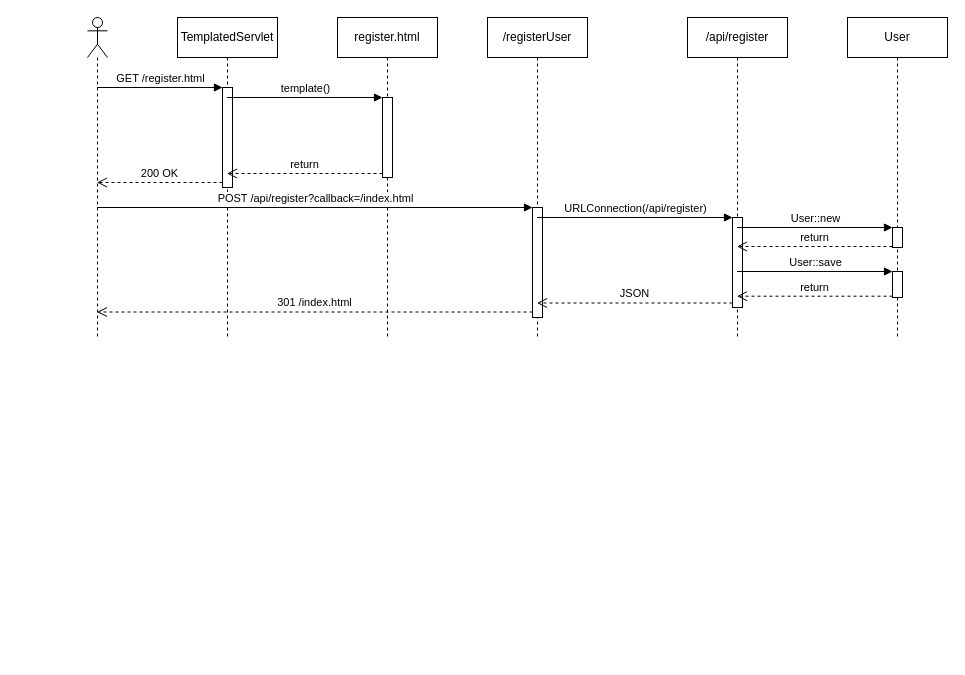
The draw.io diagram page "Register" (2 of 5) of doc/sequence.drawio in alexbradd/tiw2022-es4, before the edit. Source tidied: cells renumbered, new cells numbered last; positions are measured from the earlier drawing's top-left corner, leaving out a move shared by most shapes. Both pictures are drawn from the tidied source at 100%, with x=0, y=0 at pixel (87, 17).
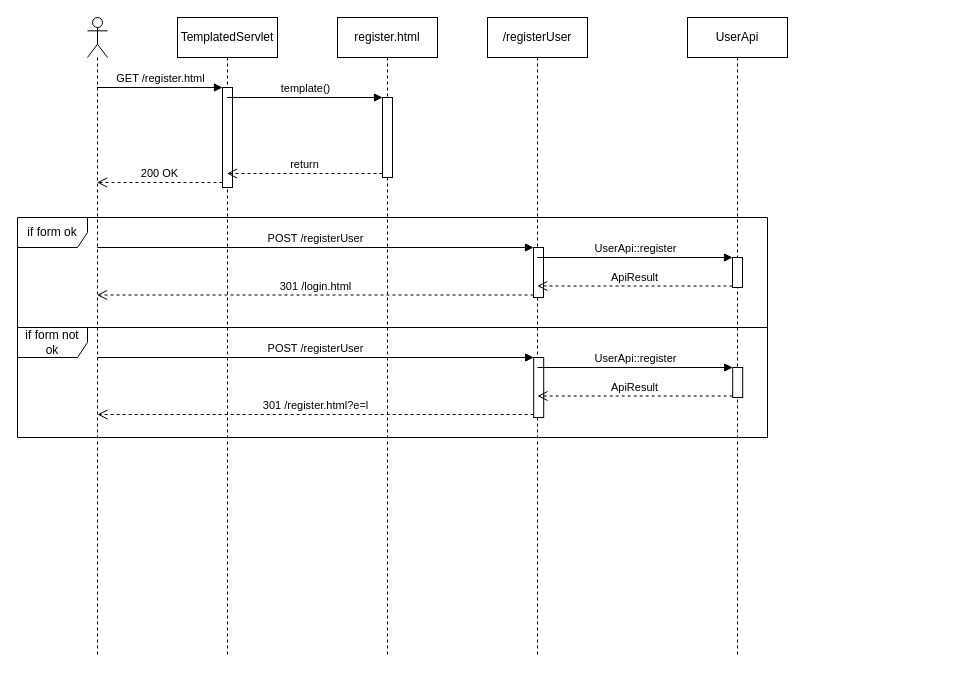
The same page after the edit.

Diff of the diagram source:
```diff
@@
+    <mxCell id="26" value="if form ok" style="shape=umlFrame;whiteSpace=wrap;html=1;width=70;height=30;" parent="1" vertex="1">
+      <mxGeometry x="-70" y="200" width="750" height="110" as="geometry" />
+    </mxCell>
+    <mxCell id="27" value="if form not ok" style="shape=umlFrame;whiteSpace=wrap;html=1;width=70;height=30;" parent="1" vertex="1">
+      <mxGeometry x="-70" y="310" width="750" height="110" as="geometry" />
+    </mxCell>
     <mxCell id="2" value="register.html" style="shape=umlLifeline;perimeter=lifelinePerimeter;whiteSpace=wrap;html=1;" parent="1" vertex="1">
-      <mxGeometry x="250" width="100" height="320" as="geometry" />
+      <mxGeometry x="250" width="100" height="640" as="geometry" />
     </mxCell>
@@
     <mxCell id="4" style="shape=umlLifeline;participant=umlActor;perimeter=lifelinePerimeter;whiteSpace=wrap;html=1;verticalAlign=top;spacingTop=36;outlineConnect=0;" parent="1" vertex="1">
-      <mxGeometry width="20" height="320" as="geometry" />
+      <mxGeometry width="20" height="640" as="geometry" />
     </mxCell>
     <mxCell id="5" value="TemplatedServlet" style="shape=umlLifeline;perimeter=lifelinePerimeter;whiteSpace=wrap;html=1;outlineConnect=0;" parent="1" vertex="1">
-      <mxGeometry x="90" width="100" height="320" as="geometry" />
+      <mxGeometry x="90" width="100" height="640" as="geometry" />
     </mxCell>
@@
-    <mxCell id="11" value="POST /api/register?callback=/index.html" style="html=1;verticalAlign=bottom;endArrow=block;rounded=0;" parent="1" edge="1" source="4" target="23">
-      <mxGeometry relative="1" as="geometry" />
-    </mxCell>
-    <mxCell id="12" value="/api/register" style="shape=umlLifeline;perimeter=lifelinePerimeter;whiteSpace=wrap;html=1;outlineConnect=0;" parent="1" vertex="1">
-      <mxGeometry x="600" width="100" height="320" as="geometry" />
+    <mxCell id="12" value="UserApi" style="shape=umlLifeline;perimeter=lifelinePerimeter;whiteSpace=wrap;html=1;outlineConnect=0;" parent="1" vertex="1">
+      <mxGeometry x="600" width="100" height="640" as="geometry" />
     </mxCell>
     <mxCell id="13" style="html=1;points=[];perimeter=orthogonalPerimeter;" parent="12" vertex="1">
-      <mxGeometry x="45" y="200" width="10" height="90" as="geometry" />
+      <mxGeometry x="45" y="240" width="10" height="30" as="geometry" />
     </mxCell>
-    <mxCell id="14" value="301 /index.html" style="html=1;verticalAlign=bottom;endArrow=open;dashed=1;endSize=8;exitX=0;exitY=0.95;rounded=0;" parent="1" edge="1" source="23" target="4">
-      <mxGeometry relative="1" as="geometry" />
-    </mxCell>
-    <mxCell id="15" value="User" style="shape=umlLifeline;perimeter=lifelinePerimeter;whiteSpace=wrap;html=1;" parent="1" vertex="1">
-      <mxGeometry x="760" width="100" height="320" as="geometry" />
-    </mxCell>
-    <mxCell id="16" style="html=1;points=[];perimeter=orthogonalPerimeter;" parent="15" vertex="1">
-      <mxGeometry x="45" y="210" width="10" height="20" as="geometry" />
-    </mxCell>
-    <mxCell id="17" style="html=1;points=[];perimeter=orthogonalPerimeter;" parent="15" vertex="1">
-      <mxGeometry x="45" y="254" width="10" height="26" as="geometry" />
-    </mxCell>
-    <mxCell id="18" value="User::new" style="html=1;verticalAlign=bottom;endArrow=block;entryX=0;entryY=0;rounded=0;" parent="1" edge="1" source="12" target="16">
-      <mxGeometry relative="1" as="geometry" />
-    </mxCell>
-    <mxCell id="19" value="return" style="html=1;verticalAlign=bottom;endArrow=open;dashed=1;endSize=8;exitX=0;exitY=0.95;rounded=0;" parent="1" edge="1" source="16" target="12">
-      <mxGeometry relative="1" as="geometry" />
-    </mxCell>
-    <mxCell id="20" value="User::save" style="html=1;verticalAlign=bottom;endArrow=block;entryX=0;entryY=0;rounded=0;" parent="1" edge="1" source="12" target="17">
-      <mxGeometry relative="1" as="geometry" />
-    </mxCell>
-    <mxCell id="21" value="return" style="html=1;verticalAlign=bottom;endArrow=open;dashed=1;endSize=8;exitX=0;exitY=0.95;rounded=0;" parent="1" edge="1" source="17" target="12">
-      <mxGeometry relative="1" as="geometry" />
-    </mxCell>
+    <mxCell id="28" style="html=1;points=[];perimeter=orthogonalPerimeter;" parent="12" vertex="1">
+      <mxGeometry x="45.2" y="350" width="10" height="30" as="geometry" />
+    </mxCell>
     <mxCell id="22" value="/registerUser" style="shape=umlLifeline;perimeter=lifelinePerimeter;whiteSpace=wrap;html=1;outlineConnect=0;" parent="1" vertex="1">
-      <mxGeometry x="400" width="100" height="320" as="geometry" />
+      <mxGeometry x="400" width="100" height="640" as="geometry" />
     </mxCell>
-    <mxCell id="23" style="html=1;points=[];perimeter=orthogonalPerimeter;" parent="22" vertex="1">
-      <mxGeometry x="45" y="190" width="10" height="110" as="geometry" />
-    </mxCell>
+    <mxCell id="29" style="html=1;points=[];perimeter=orthogonalPerimeter;" parent="22" vertex="1">
+      <mxGeometry x="46" y="230" width="10" height="50" as="geometry" />
+    </mxCell>
+    <mxCell id="30" style="html=1;points=[];perimeter=orthogonalPerimeter;" parent="22" vertex="1">
+      <mxGeometry x="46.2" y="340" width="10" height="60" as="geometry" />
+    </mxCell>
-    <mxCell id="24" value="URLConnection(/api/register)" style="html=1;verticalAlign=bottom;endArrow=block;entryX=0;entryY=0;rounded=0;" parent="1" edge="1" source="22" target="13">
-      <mxGeometry relative="1" as="geometry" />
+    <mxCell id="24" value="UserApi::register" style="html=1;verticalAlign=bottom;endArrow=block;entryX=0;entryY=0;rounded=0;" parent="1" edge="1" target="13">
+      <mxGeometry relative="1" as="geometry">
+        <mxPoint x="449.8" y="240" as="sourcePoint" />
+      </mxGeometry>
     </mxCell>
-    <mxCell id="25" value="JSON" style="html=1;verticalAlign=bottom;endArrow=open;dashed=1;endSize=8;exitX=0;exitY=0.95;rounded=0;" parent="1" edge="1" source="13" target="22">
-      <mxGeometry relative="1" as="geometry" />
+    <mxCell id="25" value="ApiResult" style="html=1;verticalAlign=bottom;endArrow=open;dashed=1;endSize=8;exitX=0;exitY=0.95;rounded=0;" parent="1" edge="1" source="13">
+      <mxGeometry relative="1" as="geometry">
+        <mxPoint x="449.8" y="268.5" as="targetPoint" />
+      </mxGeometry>
     </mxCell>
+    <mxCell id="31" value="POST /registerUser" style="html=1;verticalAlign=bottom;endArrow=block;entryX=0;entryY=0;rounded=0;" parent="1" edge="1" target="29">
+      <mxGeometry relative="1" as="geometry">
+        <mxPoint x="9.8" y="230" as="sourcePoint" />
+      </mxGeometry>
+    </mxCell>
+    <mxCell id="32" value="301 /login.html" style="html=1;verticalAlign=bottom;endArrow=open;dashed=1;endSize=8;exitX=0;exitY=0.95;rounded=0;" parent="1" edge="1" source="29" target="4">
+      <mxGeometry relative="1" as="geometry" />
+    </mxCell>
+    <mxCell id="33" value="UserApi::register" style="html=1;verticalAlign=bottom;endArrow=block;entryX=0;entryY=0;rounded=0;" parent="1" edge="1" target="28">
+      <mxGeometry relative="1" as="geometry">
+        <mxPoint x="450" y="350" as="sourcePoint" />
+      </mxGeometry>
+    </mxCell>
+    <mxCell id="34" value="ApiResult" style="html=1;verticalAlign=bottom;endArrow=open;dashed=1;endSize=8;exitX=0;exitY=0.95;rounded=0;" parent="1" edge="1" source="28">
+      <mxGeometry relative="1" as="geometry">
+        <mxPoint x="450" y="378.5" as="targetPoint" />
+      </mxGeometry>
+    </mxCell>
+    <mxCell id="35" value="POST /registerUser" style="html=1;verticalAlign=bottom;endArrow=block;entryX=0;entryY=0;rounded=0;" parent="1" edge="1" target="30">
+      <mxGeometry relative="1" as="geometry">
+        <mxPoint x="10" y="340" as="sourcePoint" />
+      </mxGeometry>
+    </mxCell>
+    <mxCell id="36" value="301 /register.html?e=l" style="html=1;verticalAlign=bottom;endArrow=open;dashed=1;endSize=8;exitX=0;exitY=0.95;rounded=0;" parent="1" edge="1" source="30">
+      <mxGeometry relative="1" as="geometry">
+        <mxPoint x="10" y="397" as="targetPoint" />
+      </mxGeometry>
+    </mxCell>
```
